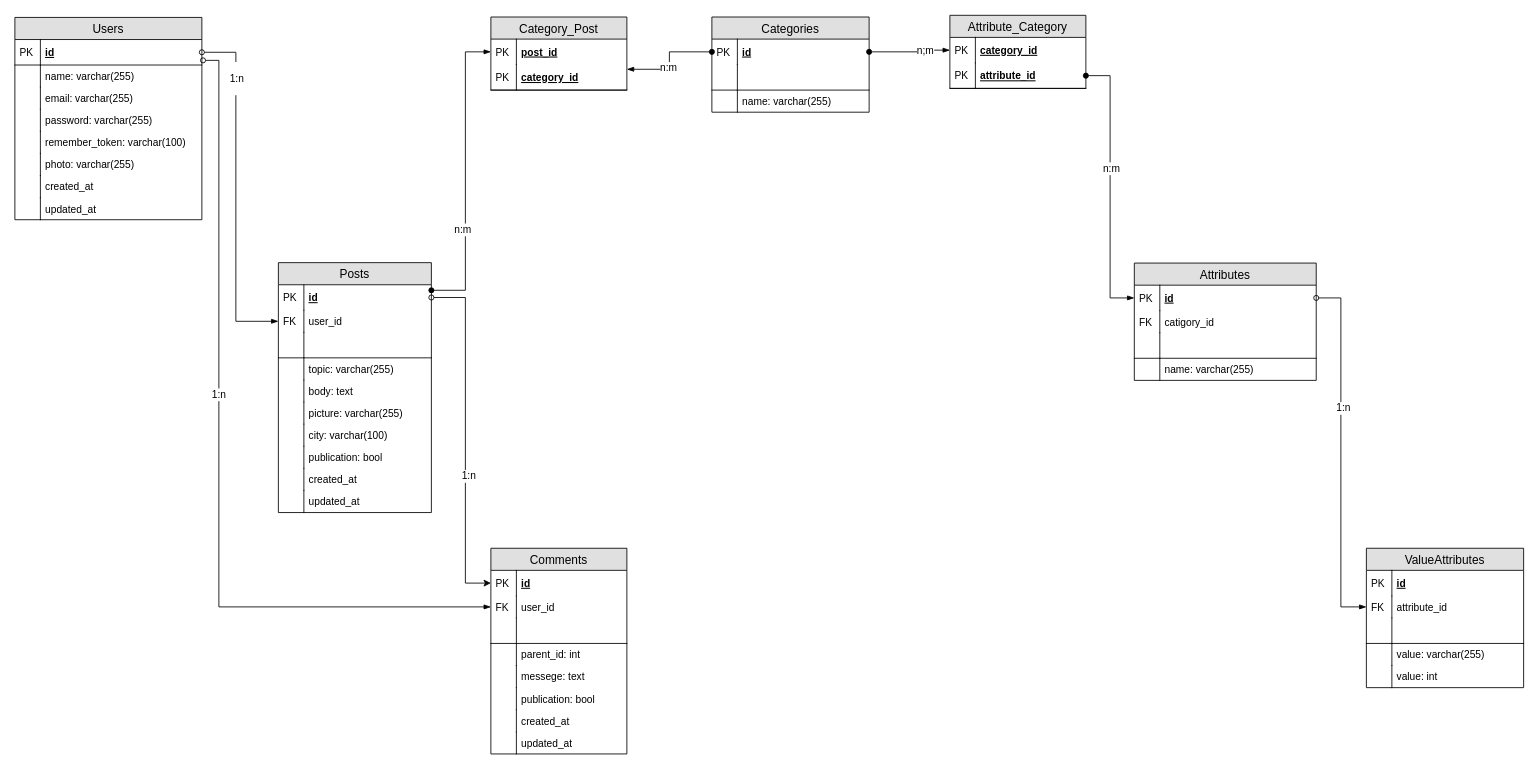
This is scheme_db/lgical.drawio from igor193/dumpsdatafindteam, a draw.io file, before an edit. Source tidied: cells renumbered, new cells numbered last; positions are measured from the earlier drawing's top-left corner, leaving out a move shared by most shapes. Both pictures are drawn from the tidied source at 85%, with x=0, y=0 at pixel (14, 14).
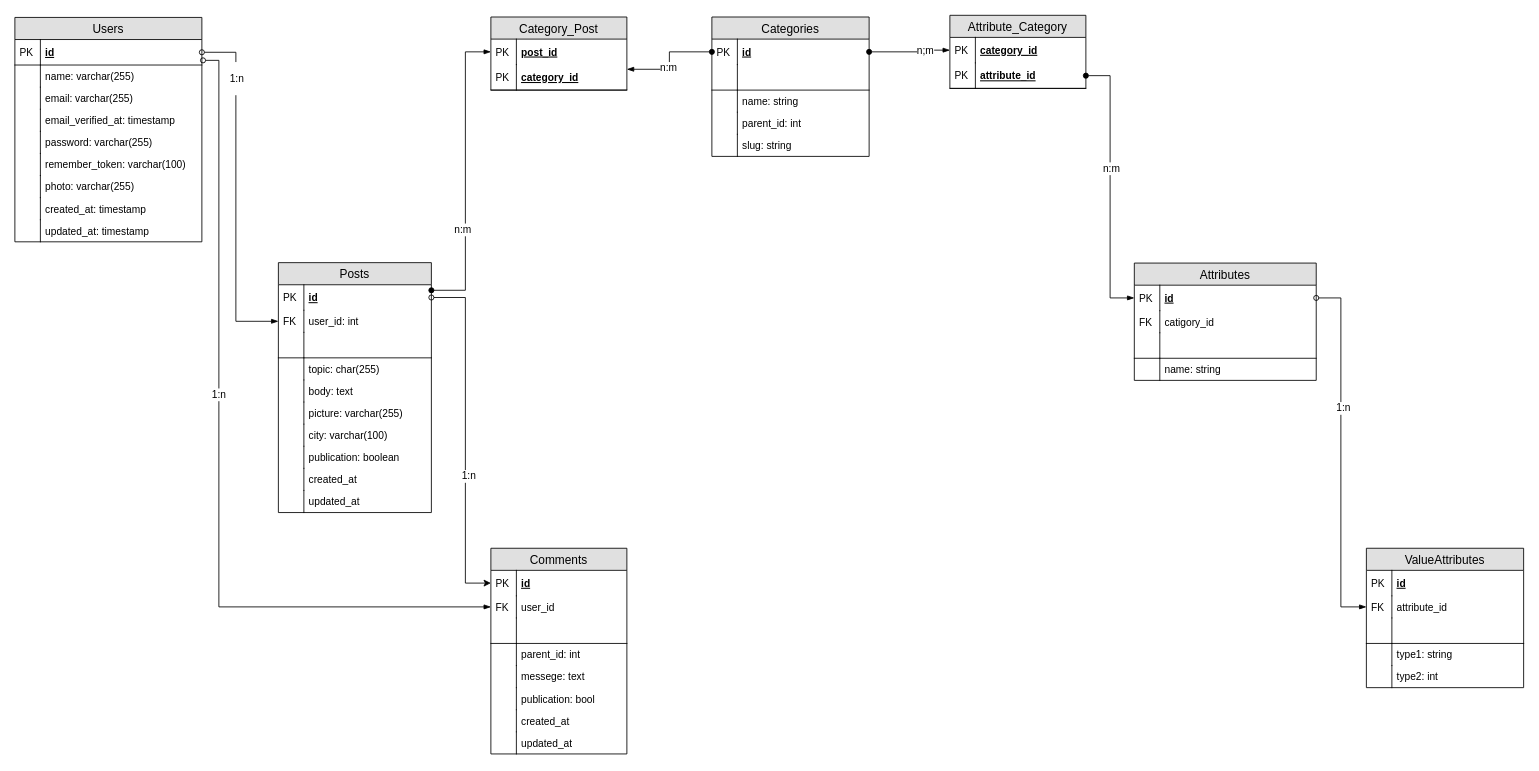
The same page after the edit.

Unchanged cells that the change refers to:
```xml
<mxCell id="19" value="Posts" style="swimlane;fontStyle=0;horizontal=1;startSize=26;fillColor=#e0e0e0;swimlaneFillColor=#ffffff;align=center;fontSize=14;" parent="1" vertex="1">
  <mxGeometry x="310" y="291.5" width="180" height="294" as="geometry" />
</mxCell>
<mxCell id="73" value="Attributes" style="swimlane;fontStyle=0;horizontal=1;startSize=26;fillColor=#e0e0e0;swimlaneFillColor=#ffffff;align=center;fontSize=14;" parent="1" vertex="1">
  <mxGeometry x="1317" y="292" width="214" height="138" as="geometry" />
</mxCell>
<mxCell id="82" value="ValueAttributes" style="swimlane;fontStyle=0;horizontal=1;startSize=26;fillColor=#e0e0e0;swimlaneFillColor=#ffffff;align=center;fontSize=14;" parent="1" vertex="1">
  <mxGeometry x="1590" y="627.5" width="185" height="164" as="geometry" />
</mxCell>
```

Diff of the diagram source:
```diff
@@
     <mxCell id="2" value="Users" style="swimlane;fontStyle=0;horizontal=1;startSize=26;fillColor=#e0e0e0;swimlaneFillColor=#ffffff;align=center;fontSize=14;strokeColor=#000000;" parent="1" vertex="1">
-      <mxGeometry y="3" width="220" height="238" as="geometry" />
+      <mxGeometry y="3" width="220" height="264" as="geometry" />
     </mxCell>
@@
+    <mxCell id="110" value="email_verified_at: timestamp" style="shape=partialRectangle;top=0;left=0;right=0;bottom=0;align=left;verticalAlign=top;fillColor=none;spacingLeft=34;spacingRight=4;overflow=hidden;fontSize=12;" parent="2" vertex="1">
+      <mxGeometry y="108" width="220" height="26" as="geometry" />
+    </mxCell>
+    <mxCell id="111" style="shape=partialRectangle;top=0;left=0;bottom=0;fillColor=none;align=left;verticalAlign=top;spacingLeft=4;spacingRight=4;overflow=hidden;fontSize=12;" parent="110" vertex="1">
+      <mxGeometry width="30" height="26" as="geometry" />
+    </mxCell>
     <mxCell id="9" value="password: varchar(255)" style="shape=partialRectangle;top=0;left=0;right=0;bottom=0;align=left;verticalAlign=top;fillColor=none;spacingLeft=34;spacingRight=4;overflow=hidden;fontSize=12;" parent="2" vertex="1">
-      <mxGeometry y="108" width="220" height="26" as="geometry" />
+      <mxGeometry y="134" width="220" height="26" as="geometry" />
     </mxCell>
@@
     <mxCell id="11" value="remember_token: varchar(100)" style="shape=partialRectangle;top=0;left=0;right=0;bottom=0;align=left;verticalAlign=top;fillColor=none;spacingLeft=34;spacingRight=4;overflow=hidden;fontSize=12;" parent="2" vertex="1">
-      <mxGeometry y="134" width="220" height="26" as="geometry" />
+      <mxGeometry y="160" width="220" height="26" as="geometry" />
     </mxCell>
@@
     <mxCell id="13" value="photo: varchar(255)" style="shape=partialRectangle;top=0;left=0;right=0;bottom=0;align=left;verticalAlign=top;fillColor=none;spacingLeft=34;spacingRight=4;overflow=hidden;fontSize=12;" parent="2" vertex="1">
-      <mxGeometry y="160" width="220" height="26" as="geometry" />
+      <mxGeometry y="186" width="220" height="26" as="geometry" />
     </mxCell>
@@
-    <mxCell id="15" value="created_at" style="shape=partialRectangle;top=0;left=0;right=0;bottom=0;align=left;verticalAlign=top;fillColor=none;spacingLeft=34;spacingRight=4;overflow=hidden;fontSize=12;" parent="2" vertex="1">
-      <mxGeometry y="186" width="220" height="26" as="geometry" />
+    <mxCell id="15" value="created_at: timestamp" style="shape=partialRectangle;top=0;left=0;right=0;bottom=0;align=left;verticalAlign=top;fillColor=none;spacingLeft=34;spacingRight=4;overflow=hidden;fontSize=12;" parent="2" vertex="1">
+      <mxGeometry y="212" width="220" height="26" as="geometry" />
     </mxCell>
@@
-    <mxCell id="17" value="updated_at" style="shape=partialRectangle;top=0;left=0;right=0;bottom=0;align=left;verticalAlign=top;fillColor=none;spacingLeft=34;spacingRight=4;overflow=hidden;fontSize=12;" parent="2" vertex="1">
-      <mxGeometry y="212" width="220" height="26" as="geometry" />
+    <mxCell id="17" value="updated_at: timestamp" style="shape=partialRectangle;top=0;left=0;right=0;bottom=0;align=left;verticalAlign=top;fillColor=none;spacingLeft=34;spacingRight=4;overflow=hidden;fontSize=12;" parent="2" vertex="1">
+      <mxGeometry y="238" width="220" height="26" as="geometry" />
     </mxCell>
@@
-    <mxCell id="22" value="user_id" style="shape=partialRectangle;top=0;left=0;right=0;bottom=0;align=left;verticalAlign=top;fillColor=none;spacingLeft=34;spacingRight=4;overflow=hidden;points=[[0,0.5],[1,0.5]];portConstraint=eastwest;fontSize=12;" parent="19" vertex="1">
+    <mxCell id="22" value="user_id: int" style="shape=partialRectangle;top=0;left=0;right=0;bottom=0;align=left;verticalAlign=top;fillColor=none;spacingLeft=34;spacingRight=4;overflow=hidden;points=[[0,0.5],[1,0.5]];portConstraint=eastwest;fontSize=12;" parent="19" vertex="1">
       <mxGeometry y="56" width="180" height="26" as="geometry" />
     </mxCell>
@@
-    <mxCell id="26" value="topic: varchar(255)" style="shape=partialRectangle;top=0;left=0;right=0;bottom=0;align=left;verticalAlign=top;fillColor=none;spacingLeft=34;spacingRight=4;overflow=hidden;fontSize=12;" parent="19" vertex="1">
+    <mxCell id="26" value="topic: char(255)" style="shape=partialRectangle;top=0;left=0;right=0;bottom=0;align=left;verticalAlign=top;fillColor=none;spacingLeft=34;spacingRight=4;overflow=hidden;fontSize=12;" parent="19" vertex="1">
       <mxGeometry y="112" width="180" height="26" as="geometry" />
     </mxCell>
@@
-    <mxCell id="34" value="publication: bool" style="shape=partialRectangle;top=0;left=0;right=0;bottom=0;align=left;verticalAlign=top;fillColor=none;spacingLeft=34;spacingRight=4;overflow=hidden;fontSize=12;" parent="19" vertex="1">
+    <mxCell id="34" value="publication: boolean" style="shape=partialRectangle;top=0;left=0;right=0;bottom=0;align=left;verticalAlign=top;fillColor=none;spacingLeft=34;spacingRight=4;overflow=hidden;fontSize=12;" parent="19" vertex="1">
       <mxGeometry y="216" width="180" height="26" as="geometry" />
     </mxCell>
@@
     <mxCell id="57" value="Categories" style="swimlane;fontStyle=0;horizontal=1;startSize=26;fillColor=#e0e0e0;swimlaneFillColor=#ffffff;align=center;fontSize=14;" parent="1" vertex="1">
-      <mxGeometry x="820" y="2.5" width="185" height="112" as="geometry" />
+      <mxGeometry x="820" y="2.5" width="185" height="164" as="geometry" />
     </mxCell>
@@
-    <mxCell id="62" value="name: varchar(255)" style="shape=partialRectangle;top=0;left=0;right=0;bottom=0;align=left;verticalAlign=top;fillColor=none;spacingLeft=34;spacingRight=4;overflow=hidden;fontSize=12;strokeColor=#000000;perimeterSpacing=0;strokeWidth=1;" parent="57" vertex="1">
+    <mxCell id="62" value="name: string" style="shape=partialRectangle;top=0;left=0;right=0;bottom=0;align=left;verticalAlign=top;fillColor=none;spacingLeft=34;spacingRight=4;overflow=hidden;fontSize=12;strokeColor=#000000;perimeterSpacing=0;strokeWidth=1;" parent="57" vertex="1">
       <mxGeometry y="86" width="185" height="26" as="geometry" />
     </mxCell>
@@
+    <mxCell id="112" value="parent_id: int" style="shape=partialRectangle;top=0;left=0;right=0;bottom=0;align=left;verticalAlign=top;fillColor=none;spacingLeft=34;spacingRight=4;overflow=hidden;fontSize=12;strokeColor=#000000;perimeterSpacing=0;strokeWidth=1;" parent="57" vertex="1">
+      <mxGeometry y="112" width="185" height="26" as="geometry" />
+    </mxCell>
+    <mxCell id="113" style="shape=partialRectangle;top=0;left=0;bottom=0;fillColor=none;align=left;verticalAlign=top;spacingLeft=4;spacingRight=4;overflow=hidden;fontSize=12;" parent="112" vertex="1">
+      <mxGeometry width="30" height="26" as="geometry" />
+    </mxCell>
+    <mxCell id="114" value="slug: string" style="shape=partialRectangle;top=0;left=0;right=0;bottom=0;align=left;verticalAlign=top;fillColor=none;spacingLeft=34;spacingRight=4;overflow=hidden;fontSize=12;strokeColor=#000000;perimeterSpacing=0;strokeWidth=1;" parent="57" vertex="1">
+      <mxGeometry y="138" width="185" height="26" as="geometry" />
+    </mxCell>
+    <mxCell id="115" style="shape=partialRectangle;top=0;left=0;bottom=0;fillColor=none;align=left;verticalAlign=top;spacingLeft=4;spacingRight=4;overflow=hidden;fontSize=12;" parent="114" vertex="1">
+      <mxGeometry width="30" height="26" as="geometry" />
+    </mxCell>
@@
-    <mxCell id="80" value="name: varchar(255)" style="shape=partialRectangle;top=0;left=0;right=0;bottom=0;align=left;verticalAlign=top;fillColor=none;spacingLeft=34;spacingRight=4;overflow=hidden;fontSize=12;" parent="73" vertex="1">
+    <mxCell id="80" value="name: string" style="shape=partialRectangle;top=0;left=0;right=0;bottom=0;align=left;verticalAlign=top;fillColor=none;spacingLeft=34;spacingRight=4;overflow=hidden;fontSize=12;" parent="73" vertex="1">
       <mxGeometry y="112" width="214" height="26" as="geometry" />
     </mxCell>
@@
-    <mxCell id="89" value="value: varchar(255)" style="shape=partialRectangle;top=0;left=0;right=0;bottom=0;align=left;verticalAlign=top;fillColor=none;spacingLeft=34;spacingRight=4;overflow=hidden;fontSize=12;strokeColor=#000000;perimeterSpacing=0;strokeWidth=1;" parent="82" vertex="1">
+    <mxCell id="89" value="type1: string" style="shape=partialRectangle;top=0;left=0;right=0;bottom=0;align=left;verticalAlign=top;fillColor=none;spacingLeft=34;spacingRight=4;overflow=hidden;fontSize=12;strokeColor=#000000;perimeterSpacing=0;strokeWidth=1;" parent="82" vertex="1">
       <mxGeometry y="112" width="185" height="26" as="geometry" />
     </mxCell>
@@
-    <mxCell id="91" value="value: int" style="shape=partialRectangle;top=0;left=0;right=0;bottom=0;align=left;verticalAlign=top;fillColor=none;spacingLeft=34;spacingRight=4;overflow=hidden;fontSize=12;strokeColor=#000000;perimeterSpacing=0;strokeWidth=1;" parent="82" vertex="1">
+    <mxCell id="91" value="type2: int" style="shape=partialRectangle;top=0;left=0;right=0;bottom=0;align=left;verticalAlign=top;fillColor=none;spacingLeft=34;spacingRight=4;overflow=hidden;fontSize=12;strokeColor=#000000;perimeterSpacing=0;strokeWidth=1;" parent="82" vertex="1">
       <mxGeometry y="138" width="185" height="26" as="geometry" />
     </mxCell>
```
